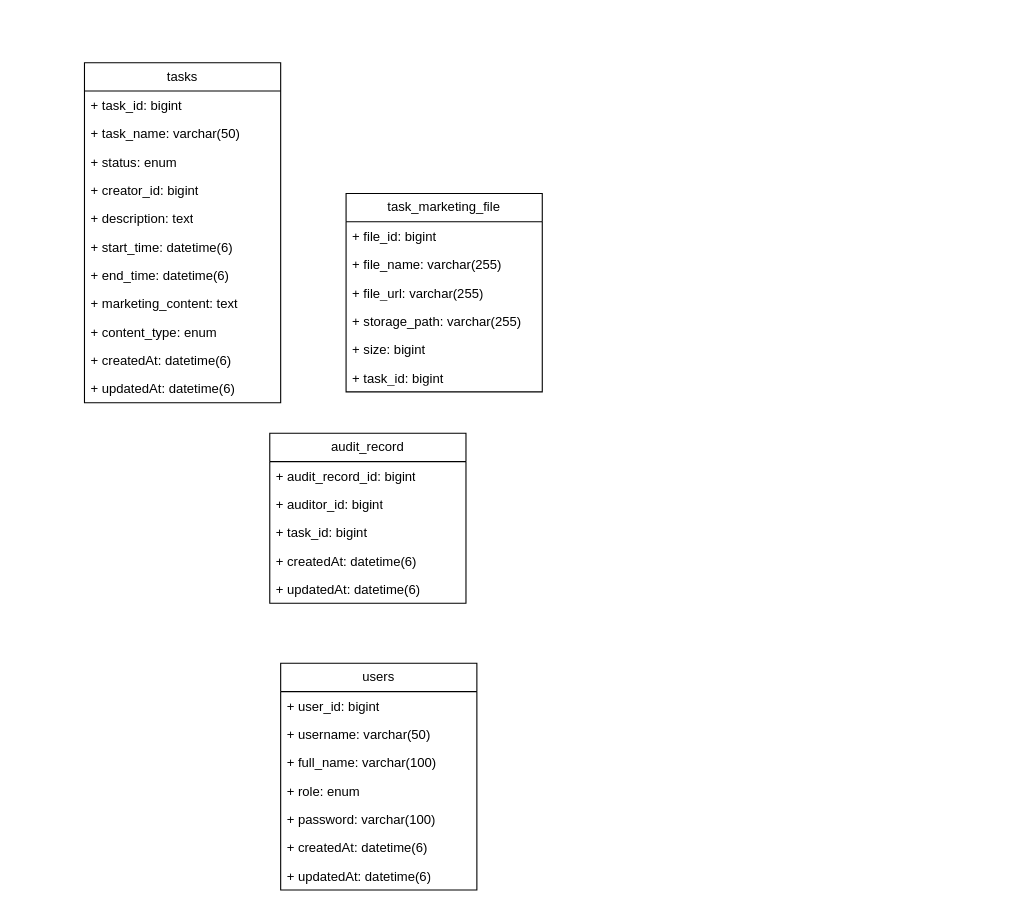
Above: GH大作业.drawio in weyg0/Diagrams (draw.io), before the change. Source tidied: cells renumbered, new cells numbered last; positions are measured from the earlier drawing's top-left corner, leaving out a move shared by most shapes. Both pictures are drawn from the tidied source at 109%, with x=0, y=0 at pixel (84, 62).
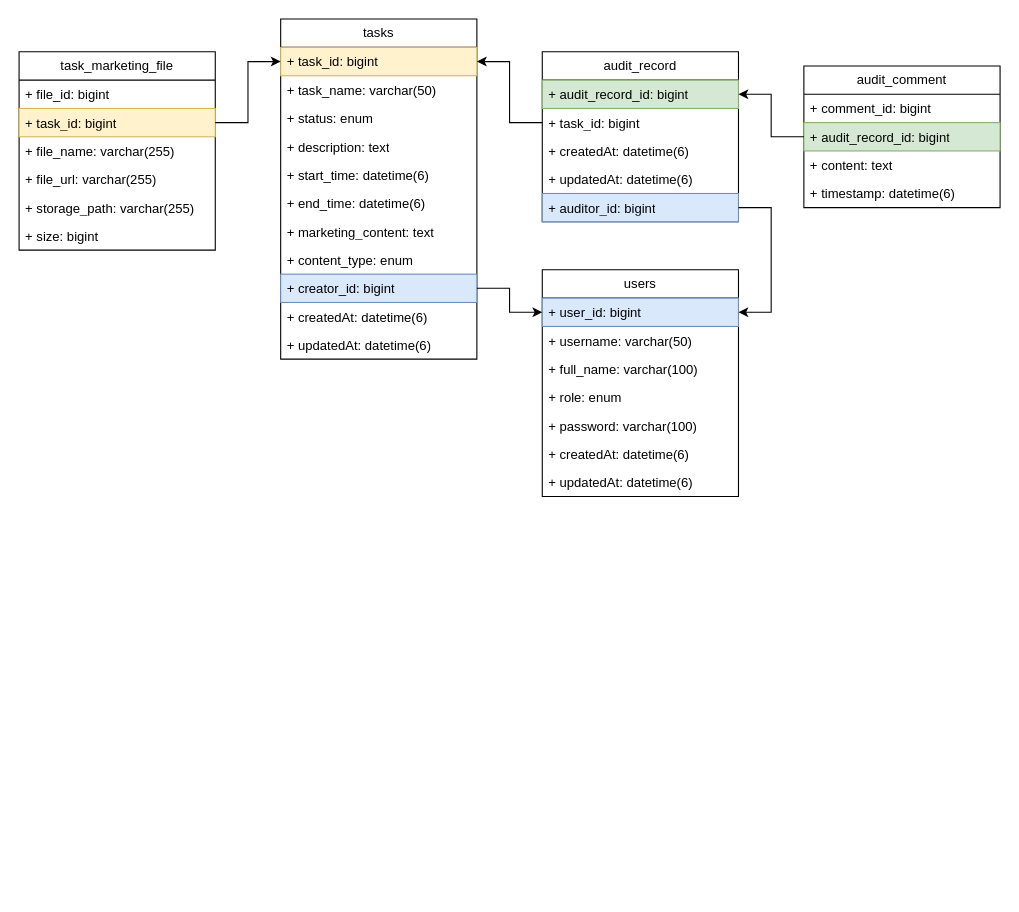
The same page after the edit.

Commit message (it also covers changes not shown here):
更新GH大作业.drawio

What changed in the source:
```diff
@@
     <mxCell id="2" value="tasks" style="swimlane;fontStyle=0;horizontal=1;startSize=26;fillColor=none;whiteSpace=wrap;html=1;" parent="1" vertex="1">
-      <mxGeometry width="180" height="312" as="geometry" />
+      <mxGeometry x="180" y="-40" width="180" height="312" as="geometry" />
     </mxCell>
-    <mxCell id="3" value="+ task_id: bigint" style="text;strokeColor=none;fillColor=none;align=left;verticalAlign=top;spacingLeft=4;spacingRight=4;overflow=hidden;points=[[0,0.5],[1,0.5]];portConstraint=eastwest;whiteSpace=wrap;html=1;" parent="2" vertex="1">
+    <mxCell id="3" value="+ task_id: bigint" style="text;strokeColor=#d6b656;fillColor=#fff2cc;align=left;verticalAlign=top;spacingLeft=4;spacingRight=4;overflow=hidden;points=[[0,0.5],[1,0.5]];portConstraint=eastwest;whiteSpace=wrap;html=1;" parent="2" vertex="1">
       <mxGeometry y="26" width="180" height="26" as="geometry" />
     </mxCell>
@@
-    <mxCell id="6" value="+ creator_id: bigint" style="text;strokeColor=none;fillColor=none;align=left;verticalAlign=top;spacingLeft=4;spacingRight=4;overflow=hidden;points=[[0,0.5],[1,0.5]];portConstraint=eastwest;whiteSpace=wrap;html=1;" parent="2" vertex="1">
-      <mxGeometry y="104" width="180" height="26" as="geometry" />
-    </mxCell>
     <mxCell id="7" value="+ description: text" style="text;strokeColor=none;fillColor=none;align=left;verticalAlign=top;spacingLeft=4;spacingRight=4;overflow=hidden;whiteSpace=wrap;html=1;" parent="2" vertex="1">
-      <mxGeometry y="130" width="180" height="26" as="geometry" />
+      <mxGeometry y="104" width="180" height="26" as="geometry" />
     </mxCell>
     <mxCell id="8" value="+ start_time: datetime(6)" style="text;strokeColor=none;fillColor=none;align=left;verticalAlign=top;spacingLeft=4;spacingRight=4;overflow=hidden;whiteSpace=wrap;html=1;" parent="2" vertex="1">
-      <mxGeometry y="156" width="180" height="26" as="geometry" />
+      <mxGeometry y="130" width="180" height="26" as="geometry" />
     </mxCell>
     <mxCell id="9" value="+ end_time: datetime(6)" style="text;strokeColor=none;fillColor=none;align=left;verticalAlign=top;spacingLeft=4;spacingRight=4;overflow=hidden;whiteSpace=wrap;html=1;" parent="2" vertex="1">
-      <mxGeometry y="182" width="180" height="26" as="geometry" />
+      <mxGeometry y="156" width="180" height="26" as="geometry" />
     </mxCell>
     <mxCell id="10" value="+ marketing_content: text" style="text;strokeColor=none;fillColor=none;align=left;verticalAlign=top;spacingLeft=4;spacingRight=4;overflow=hidden;whiteSpace=wrap;html=1;" parent="2" vertex="1">
-      <mxGeometry y="208" width="180" height="26" as="geometry" />
+      <mxGeometry y="182" width="180" height="26" as="geometry" />
     </mxCell>
     <mxCell id="11" value="+ content_type: enum" style="text;strokeColor=none;fillColor=none;align=left;verticalAlign=top;spacingLeft=4;spacingRight=4;overflow=hidden;whiteSpace=wrap;html=1;" parent="2" vertex="1">
-      <mxGeometry y="234" width="180" height="26" as="geometry" />
+      <mxGeometry y="208" width="180" height="26" as="geometry" />
     </mxCell>
+    <mxCell id="6" value="+ creator_id: bigint" style="text;strokeColor=#6c8ebf;fillColor=#dae8fc;align=left;verticalAlign=top;spacingLeft=4;spacingRight=4;overflow=hidden;points=[[0,0.5],[1,0.5]];portConstraint=eastwest;whiteSpace=wrap;html=1;" parent="2" vertex="1">
+      <mxGeometry y="234" width="180" height="26" as="geometry" />
+    </mxCell>
@@
     <mxCell id="14" value="task_marketing_file" style="swimlane;fontStyle=0;horizontal=1;startSize=26;fillColor=none;whiteSpace=wrap;html=1;" parent="1" vertex="1">
-      <mxGeometry x="240" y="120" width="180" height="182" as="geometry" />
+      <mxGeometry x="-60" y="-10" width="180" height="182" as="geometry" />
     </mxCell>
@@
+    <mxCell id="20" value="+ task_id: bigint" style="text;strokeColor=#d6b656;fillColor=#fff2cc;align=left;verticalAlign=top;spacingLeft=4;spacingRight=4;overflow=hidden;points=[[0,0.5],[1,0.5]];portConstraint=eastwest;whiteSpace=wrap;html=1;" parent="14" vertex="1">
+      <mxGeometry y="52" width="180" height="26" as="geometry" />
+    </mxCell>
     <mxCell id="16" value="+ file_name: varchar(255)" style="text;strokeColor=none;fillColor=none;align=left;verticalAlign=top;spacingLeft=4;spacingRight=4;overflow=hidden;whiteSpace=wrap;html=1;" parent="14" vertex="1">
-      <mxGeometry y="52" width="180" height="26" as="geometry" />
+      <mxGeometry y="78" width="180" height="26" as="geometry" />
     </mxCell>
     <mxCell id="17" value="+ file_url: varchar(255)" style="text;strokeColor=none;fillColor=none;align=left;verticalAlign=top;spacingLeft=4;spacingRight=4;overflow=hidden;whiteSpace=wrap;html=1;" parent="14" vertex="1">
-      <mxGeometry y="78" width="180" height="26" as="geometry" />
+      <mxGeometry y="104" width="180" height="26" as="geometry" />
     </mxCell>
     <mxCell id="18" value="+ storage_path: varchar(255)" style="text;strokeColor=none;fillColor=none;align=left;verticalAlign=top;spacingLeft=4;spacingRight=4;overflow=hidden;whiteSpace=wrap;html=1;" parent="14" vertex="1">
-      <mxGeometry y="104" width="180" height="26" as="geometry" />
+      <mxGeometry y="130" width="180" height="26" as="geometry" />
     </mxCell>
     <mxCell id="19" value="+ size: bigint" style="text;strokeColor=none;fillColor=none;align=left;verticalAlign=top;spacingLeft=4;spacingRight=4;overflow=hidden;whiteSpace=wrap;html=1;" parent="14" vertex="1">
-      <mxGeometry y="130" width="180" height="26" as="geometry" />
+      <mxGeometry y="156" width="180" height="26" as="geometry" />
     </mxCell>
-    <mxCell id="20" value="+ task_id: bigint" style="text;strokeColor=none;fillColor=none;align=left;verticalAlign=top;spacingLeft=4;spacingRight=4;overflow=hidden;points=[[0,0.5],[1,0.5]];portConstraint=eastwest;whiteSpace=wrap;html=1;" parent="14" vertex="1">
-      <mxGeometry y="156" width="180" height="26" as="geometry" />
-    </mxCell>
     <mxCell id="21" value="audit_record" style="swimlane;fontStyle=0;horizontal=1;startSize=26;fillColor=none;whiteSpace=wrap;html=1;" parent="1" vertex="1">
-      <mxGeometry x="170" y="340" width="180" height="156" as="geometry" />
+      <mxGeometry x="420" y="-10" width="180" height="156" as="geometry" />
     </mxCell>
-    <mxCell id="22" value="+ audit_record_id: bigint" style="text;strokeColor=none;fillColor=none;align=left;verticalAlign=top;spacingLeft=4;spacingRight=4;overflow=hidden;points=[[0,0.5],[1,0.5]];portConstraint=eastwest;whiteSpace=wrap;html=1;" parent="21" vertex="1">
+    <mxCell id="22" value="+ audit_record_id: bigint" style="text;strokeColor=#82b366;fillColor=#d5e8d4;align=left;verticalAlign=top;spacingLeft=4;spacingRight=4;overflow=hidden;points=[[0,0.5],[1,0.5]];portConstraint=eastwest;whiteSpace=wrap;html=1;" parent="21" vertex="1">
       <mxGeometry y="26" width="180" height="26" as="geometry" />
     </mxCell>
-    <mxCell id="23" value="+ auditor_id: bigint" style="text;strokeColor=none;fillColor=none;align=left;verticalAlign=top;spacingLeft=4;spacingRight=4;overflow=hidden;points=[[0,0.5],[1,0.5]];portConstraint=eastwest;whiteSpace=wrap;html=1;" parent="21" vertex="1">
-      <mxGeometry y="52" width="180" height="26" as="geometry" />
-    </mxCell>
     <mxCell id="24" value="+ task_id: bigint" style="text;strokeColor=none;fillColor=none;align=left;verticalAlign=top;spacingLeft=4;spacingRight=4;overflow=hidden;points=[[0,0.5],[1,0.5]];portConstraint=eastwest;whiteSpace=wrap;html=1;" parent="21" vertex="1">
-      <mxGeometry y="78" width="180" height="26" as="geometry" />
+      <mxGeometry y="52" width="180" height="26" as="geometry" />
     </mxCell>
     <mxCell id="25" value="+ createdAt: datetime(6)" style="text;strokeColor=none;fillColor=none;align=left;verticalAlign=top;spacingLeft=4;spacingRight=4;overflow=hidden;whiteSpace=wrap;html=1;" parent="21" vertex="1">
-      <mxGeometry y="104" width="180" height="26" as="geometry" />
+      <mxGeometry y="78" width="180" height="26" as="geometry" />
     </mxCell>
     <mxCell id="26" value="+ updatedAt: datetime(6)" style="text;strokeColor=none;fillColor=none;align=left;verticalAlign=top;spacingLeft=4;spacingRight=4;overflow=hidden;whiteSpace=wrap;html=1;" parent="21" vertex="1">
-      <mxGeometry y="130" width="180" height="26" as="geometry" />
+      <mxGeometry y="104" width="180" height="26" as="geometry" />
     </mxCell>
+    <mxCell id="23" value="+ auditor_id: bigint" style="text;strokeColor=#6c8ebf;fillColor=#dae8fc;align=left;verticalAlign=top;spacingLeft=4;spacingRight=4;overflow=hidden;points=[[0,0.5],[1,0.5]];portConstraint=eastwest;whiteSpace=wrap;html=1;" parent="21" vertex="1">
+      <mxGeometry y="130" width="180" height="26" as="geometry" />
+    </mxCell>
     <mxCell id="27" value="users" style="swimlane;fontStyle=0;horizontal=1;startSize=26;fillColor=none;whiteSpace=wrap;html=1;" parent="1" vertex="1">
-      <mxGeometry x="180" y="551" width="180" height="208" as="geometry" />
+      <mxGeometry x="420" y="190" width="180" height="208" as="geometry" />
     </mxCell>
-    <mxCell id="28" value="+ user_id: bigint" style="text;strokeColor=none;fillColor=none;align=left;verticalAlign=top;spacingLeft=4;spacingRight=4;overflow=hidden;points=[[0,0.5],[1,0.5]];portConstraint=eastwest;whiteSpace=wrap;html=1;" parent="27" vertex="1">
+    <mxCell id="28" value="+ user_id: bigint" style="text;strokeColor=#6c8ebf;fillColor=#dae8fc;align=left;verticalAlign=top;spacingLeft=4;spacingRight=4;overflow=hidden;points=[[0,0.5],[1,0.5]];portConstraint=eastwest;whiteSpace=wrap;html=1;" parent="27" vertex="1">
       <mxGeometry y="26" width="180" height="26" as="geometry" />
     </mxCell>
@@
+    <mxCell id="35" value="audit_comment" style="swimlane;fontStyle=0;horizontal=1;startSize=26;fillColor=none;whiteSpace=wrap;html=1;" parent="1" vertex="1">
+      <mxGeometry x="660" y="3" width="180" height="130" as="geometry" />
+    </mxCell>
+    <mxCell id="36" value="+ comment_id: bigint" style="text;strokeColor=none;fillColor=none;align=left;verticalAlign=top;spacingLeft=4;spacingRight=4;overflow=hidden;whiteSpace=wrap;html=1;" parent="35" vertex="1">
+      <mxGeometry y="26" width="180" height="26" as="geometry" />
+    </mxCell>
+    <mxCell id="37" value="+ audit_record_id: bigint" style="text;strokeColor=#82b366;fillColor=#d5e8d4;align=left;verticalAlign=top;spacingLeft=4;spacingRight=4;overflow=hidden;points=[[0,0.5],[1,0.5]];portConstraint=eastwest;whiteSpace=wrap;html=1;" parent="35" vertex="1">
+      <mxGeometry y="52" width="180" height="26" as="geometry" />
+    </mxCell>
+    <mxCell id="38" value="+ content: text" style="text;strokeColor=none;fillColor=none;align=left;verticalAlign=top;spacingLeft=4;spacingRight=4;overflow=hidden;whiteSpace=wrap;html=1;" parent="35" vertex="1">
+      <mxGeometry y="78" width="180" height="26" as="geometry" />
+    </mxCell>
+    <mxCell id="39" value="+ timestamp: datetime(6)" style="text;strokeColor=none;fillColor=none;align=left;verticalAlign=top;spacingLeft=4;spacingRight=4;overflow=hidden;whiteSpace=wrap;html=1;" parent="35" vertex="1">
+      <mxGeometry y="104" width="180" height="26" as="geometry" />
+    </mxCell>
+    <mxCell id="40" style="edgeStyle=orthogonalEdgeStyle;rounded=0;jettySize=auto;html=1;exitX=1;exitY=0.5;exitDx=0;exitDy=0;entryX=0;entryY=0.5;entryDx=0;entryDy=0;endArrow=none;startFill=1;startArrow=classic;" parent="1" edge="1" source="3" target="24">
+      <mxGeometry relative="1" as="geometry" />
+    </mxCell>
+    <mxCell id="41" style="edgeStyle=orthogonalEdgeStyle;rounded=0;jettySize=auto;html=1;exitX=1;exitY=0.5;exitDx=0;exitDy=0;entryX=0;entryY=0.5;entryDx=0;entryDy=0;endArrow=classic;startFill=0;endFill=1;" parent="1" edge="1" source="6" target="28">
+      <mxGeometry relative="1" as="geometry" />
+    </mxCell>
+    <mxCell id="42" style="edgeStyle=orthogonalEdgeStyle;rounded=0;jettySize=auto;html=1;exitX=1;exitY=0.5;exitDx=0;exitDy=0;entryX=1;entryY=0.5;entryDx=0;entryDy=0;endArrow=classic;startFill=0;endFill=1;" parent="1" edge="1" source="23" target="28">
+      <mxGeometry relative="1" as="geometry">
+        <Array as="points">
+          <mxPoint x="630" y="133" />
+          <mxPoint x="630" y="229" />
+        </Array>
+      </mxGeometry>
+    </mxCell>
+    <mxCell id="43" style="edgeStyle=orthogonalEdgeStyle;rounded=0;jettySize=auto;html=1;exitX=1;exitY=0.5;exitDx=0;exitDy=0;entryX=0;entryY=0.5;entryDx=0;entryDy=0;endArrow=classic;startFill=0;endFill=1;" parent="1" edge="1" source="20" target="3">
+      <mxGeometry relative="1" as="geometry" />
+    </mxCell>
+    <mxCell id="44" style="edgeStyle=orthogonalEdgeStyle;rounded=0;jettySize=auto;html=1;exitX=0;exitY=0.5;exitDx=0;exitDy=0;entryX=1;entryY=0.5;entryDx=0;entryDy=0;endArrow=classic;startFill=0;endFill=1;" parent="1" edge="1" source="37" target="22">
+      <mxGeometry relative="1" as="geometry" />
+    </mxCell>
```
